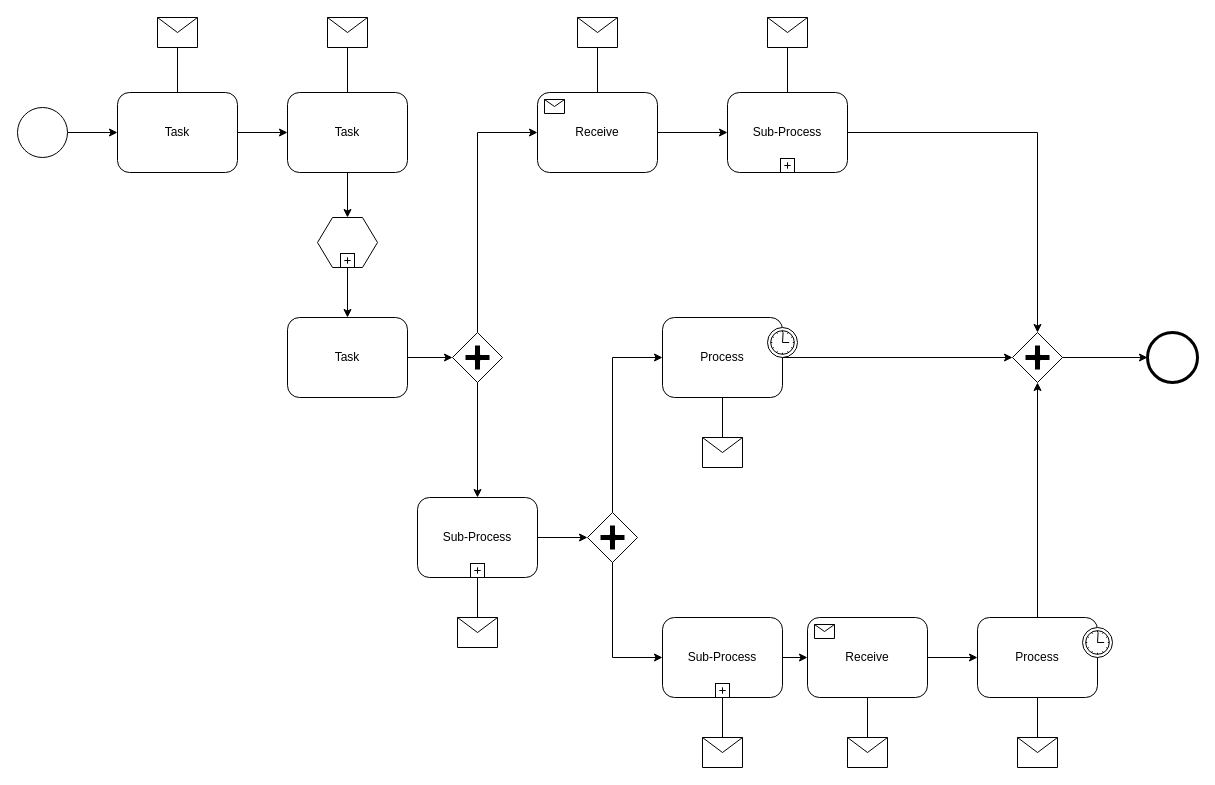
This is Untitled Diagram.drawio from Samattt/DataBase2021, a draw.io file, before an edit. Source tidied: cells renumbered, new cells numbered last; positions are measured from the earlier drawing's top-left corner, leaving out a move shared by most shapes. Both pictures are drawn from the tidied source at 100%, with x=0, y=0 at pixel (17, 17).
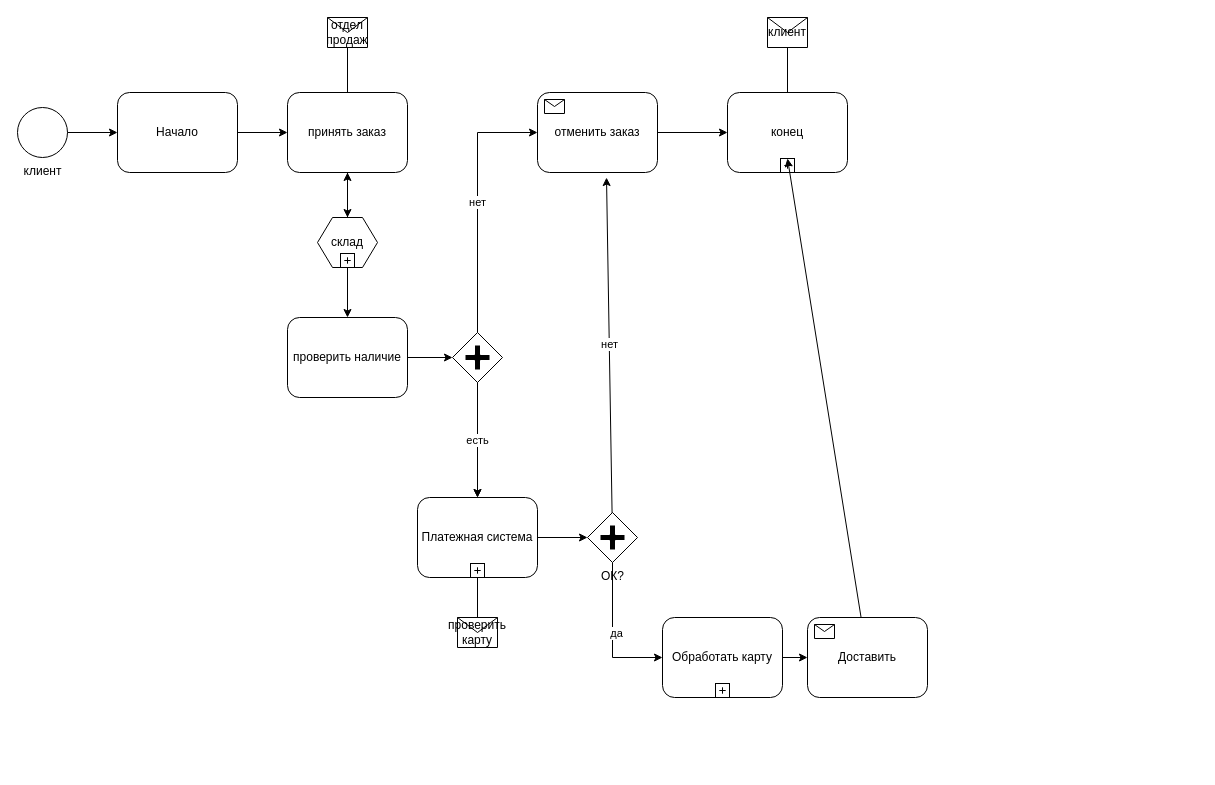
The same diagram, later.

Unchanged cells that the change refers to:
```xml
<mxCell id="10" style="shape=mxgraph.bpmn.shape;html=1;verticalLabelPosition=bottom;labelBackgroundColor=#ffffff;verticalAlign=top;perimeter=rhombusPerimeter;background=gateway;outline=none;symbol=parallelGw;" parent="1" vertex="1">
  <mxGeometry x="435" y="315" width="50" height="50" as="geometry" />
</mxCell>
<mxCell id="12" style="html=1;shape=plus;" parent="11" vertex="1">
  <mxGeometry x="0.5" y="1" width="14" height="14" relative="1" as="geometry">
    <mxPoint x="-7" y="-14" as="offset" />
  </mxGeometry>
</mxCell>
<mxCell id="52" style="edgeStyle=orthogonalEdgeStyle;rounded=0;html=1;jettySize=auto;" parent="1" edge="1" source="51" target="21">
  <mxGeometry relative="1" as="geometry">
    <Array as="points">
      <mxPoint x="595" y="640" />
    </Array>
  </mxGeometry>
</mxCell>
```

What changed in the source:
```diff
@@
-    <mxCell id="2" style="shape=mxgraph.bpmn.shape;html=1;verticalLabelPosition=bottom;labelBackgroundColor=#ffffff;verticalAlign=top;perimeter=ellipsePerimeter;outline=standard;symbol=general;" parent="1" vertex="1">
+    <mxCell id="2" value="клиент" style="shape=mxgraph.bpmn.shape;html=1;verticalLabelPosition=bottom;labelBackgroundColor=#ffffff;verticalAlign=top;perimeter=ellipsePerimeter;outline=standard;symbol=general;" parent="1" vertex="1">
       <mxGeometry y="90" width="50" height="50" as="geometry" />
     </mxCell>
-    <mxCell id="3" value="Task" style="shape=ext;rounded=1;html=1;whiteSpace=wrap;" parent="1" vertex="1">
+    <mxCell id="3" value="Начало" style="shape=ext;rounded=1;html=1;whiteSpace=wrap;" parent="1" vertex="1">
       <mxGeometry x="100" y="75" width="120" height="80" as="geometry" />
     </mxCell>
-    <mxCell id="4" value="Task" style="shape=ext;rounded=1;html=1;whiteSpace=wrap;" parent="1" vertex="1">
+    <mxCell id="4" value="принять заказ" style="shape=ext;rounded=1;html=1;whiteSpace=wrap;" parent="1" vertex="1">
       <mxGeometry x="270" y="75" width="120" height="80" as="geometry" />
     </mxCell>
-    <mxCell id="5" style="shape=message;whiteSpace=wrap;html=1;" parent="1" vertex="1">
-      <mxGeometry x="140" width="40" height="30" as="geometry" />
-    </mxCell>
-    <mxCell id="6" style="shape=message;whiteSpace=wrap;html=1;" parent="1" vertex="1">
+    <mxCell id="6" value="отдел продаж" style="shape=message;whiteSpace=wrap;html=1;" parent="1" vertex="1">
       <mxGeometry x="310" width="40" height="30" as="geometry" />
     </mxCell>
+    <mxCell id="61" style="edgeStyle=orthogonalEdgeStyle;rounded=0;jettySize=auto;html=1;" parent="1" edge="1" source="7" target="4">
+      <mxGeometry relative="1" as="geometry" />
+    </mxCell>
-    <mxCell id="7" style="shape=hexagon;whiteSpace=wrap;html=1;perimeter=hexagonPerimeter;" parent="1" vertex="1">
+    <mxCell id="7" value="склад" style="shape=hexagon;whiteSpace=wrap;html=1;perimeter=hexagonPerimeter;" parent="1" vertex="1">
       <mxGeometry x="300" y="200" width="60" height="50" as="geometry" />
     </mxCell>
@@
-    <mxCell id="9" value="Task" style="shape=ext;rounded=1;html=1;whiteSpace=wrap;" parent="1" vertex="1">
+    <mxCell id="9" value="проверить наличие" style="shape=ext;rounded=1;html=1;whiteSpace=wrap;" parent="1" vertex="1">
       <mxGeometry x="270" y="300" width="120" height="80" as="geometry" />
     </mxCell>
+    <mxCell id="62" style="edgeStyle=orthogonalEdgeStyle;rounded=0;jettySize=auto;html=1;" parent="1" edge="1" source="10" target="27">
+      <mxGeometry relative="1" as="geometry" />
+    </mxCell>
@@
-    <mxCell id="11" value="Sub-Process" style="html=1;whiteSpace=wrap;rounded=1;" parent="1" vertex="1">
+    <mxCell id="11" value="конец" style="html=1;whiteSpace=wrap;rounded=1;" parent="1" vertex="1">
       <mxGeometry x="710" y="75" width="120" height="80" as="geometry" />
     </mxCell>
@@
-    <mxCell id="13" value="Receive" style="html=1;whiteSpace=wrap;rounded=1;" parent="1" vertex="1">
+    <mxCell id="13" value="отменить заказ" style="html=1;whiteSpace=wrap;rounded=1;" parent="1" vertex="1">
       <mxGeometry x="520" y="75" width="120" height="80" as="geometry" />
     </mxCell>
@@
-    <mxCell id="15" value="Process" style="html=1;whiteSpace=wrap;rounded=1;" parent="1" vertex="1">
-      <mxGeometry x="645" y="300" width="120" height="80" as="geometry" />
-    </mxCell>
-    <mxCell id="16" style="shape=mxgraph.bpmn.timer_start;perimeter=ellipsePerimeter;html=1;labelPosition=right;labelBackgroundColor=#ffffff;align=left;" parent="15" vertex="1">
-      <mxGeometry x="1" width="30" height="30" relative="1" as="geometry">
-        <mxPoint x="-15" y="10" as="offset" />
-      </mxGeometry>
-    </mxCell>
-    <mxCell id="17" value="Process" style="html=1;whiteSpace=wrap;rounded=1;" parent="1" vertex="1">
-      <mxGeometry x="960" y="600" width="120" height="80" as="geometry" />
-    </mxCell>
-    <mxCell id="18" style="shape=mxgraph.bpmn.timer_start;perimeter=ellipsePerimeter;html=1;labelPosition=right;labelBackgroundColor=#ffffff;align=left;" parent="17" vertex="1">
-      <mxGeometry x="1" width="30" height="30" relative="1" as="geometry">
-        <mxPoint x="-15" y="10" as="offset" />
-      </mxGeometry>
-    </mxCell>
+    <mxCell id="63" style="edgeStyle=none;rounded=0;jettySize=auto;html=1;entryX=0.5;entryY=0;entryDx=0;entryDy=0;" parent="1" edge="1" source="19" target="12">
+      <mxGeometry relative="1" as="geometry" />
+    </mxCell>
-    <mxCell id="19" value="Receive" style="html=1;whiteSpace=wrap;rounded=1;" parent="1" vertex="1">
+    <mxCell id="19" value="Доставить" style="html=1;whiteSpace=wrap;rounded=1;" parent="1" vertex="1">
       <mxGeometry x="790" y="600" width="120" height="80" as="geometry" />
     </mxCell>
@@
-    <mxCell id="21" value="Sub-Process" style="html=1;whiteSpace=wrap;rounded=1;" parent="1" vertex="1">
+    <mxCell id="21" value="Обработать карту" style="html=1;whiteSpace=wrap;rounded=1;" parent="1" vertex="1">
       <mxGeometry x="645" y="600" width="120" height="80" as="geometry" />
     </mxCell>
@@
-    <mxCell id="23" style="shape=mxgraph.bpmn.shape;html=1;verticalLabelPosition=bottom;labelBackgroundColor=#ffffff;verticalAlign=top;perimeter=rhombusPerimeter;background=gateway;outline=none;symbol=parallelGw;" parent="1" vertex="1">
-      <mxGeometry x="995" y="315" width="50" height="50" as="geometry" />
-    </mxCell>
-    <mxCell id="24" style="shape=mxgraph.bpmn.shape;html=1;verticalLabelPosition=bottom;labelBackgroundColor=#ffffff;verticalAlign=top;perimeter=ellipsePerimeter;outline=end;symbol=general;" parent="1" vertex="1">
-      <mxGeometry x="1130" y="315" width="50" height="50" as="geometry" />
-    </mxCell>
-    <mxCell id="25" style="shape=message;whiteSpace=wrap;html=1;" parent="1" vertex="1">
-      <mxGeometry x="560" width="40" height="30" as="geometry" />
-    </mxCell>
-    <mxCell id="26" style="shape=message;whiteSpace=wrap;html=1;" parent="1" vertex="1">
+    <mxCell id="26" value="клиент" style="shape=message;whiteSpace=wrap;html=1;" parent="1" vertex="1">
       <mxGeometry x="750" width="40" height="30" as="geometry" />
     </mxCell>
-    <mxCell id="27" value="Sub-Process" style="html=1;whiteSpace=wrap;rounded=1;" parent="1" vertex="1">
+    <mxCell id="27" value="Платежная система" style="html=1;whiteSpace=wrap;rounded=1;" parent="1" vertex="1">
       <mxGeometry x="400" y="480" width="120" height="80" as="geometry" />
     </mxCell>
@@
-    <mxCell id="29" style="shape=message;whiteSpace=wrap;html=1;" parent="1" vertex="1">
+    <mxCell id="29" value="проверить карту" style="shape=message;whiteSpace=wrap;html=1;" parent="1" vertex="1">
       <mxGeometry x="440" y="600" width="40" height="30" as="geometry" />
     </mxCell>
-    <mxCell id="30" style="shape=message;whiteSpace=wrap;html=1;" parent="1" vertex="1">
-      <mxGeometry x="830" y="720" width="40" height="30" as="geometry" />
-    </mxCell>
-    <mxCell id="31" style="shape=message;whiteSpace=wrap;html=1;" parent="1" vertex="1">
-      <mxGeometry x="1000" y="720" width="40" height="30" as="geometry" />
-    </mxCell>
-    <mxCell id="32" style="shape=message;whiteSpace=wrap;html=1;" parent="1" vertex="1">
-      <mxGeometry x="685" y="720" width="40" height="30" as="geometry" />
-    </mxCell>
-    <mxCell id="33" style="shape=message;whiteSpace=wrap;html=1;" parent="1" vertex="1">
-      <mxGeometry x="685" y="420" width="40" height="30" as="geometry" />
-    </mxCell>
@@
-    <mxCell id="35" style="edgeStyle=orthogonalEdgeStyle;rounded=0;html=1;jettySize=auto;endArrow=none;endFill=0;" parent="1" edge="1" source="5" target="3">
-      <mxGeometry relative="1" as="geometry" />
-    </mxCell>
@@
-    <mxCell id="39" style="edgeStyle=orthogonalEdgeStyle;rounded=0;html=1;jettySize=auto;endArrow=none;endFill=0;" parent="1" edge="1" source="25" target="13">
-      <mxGeometry relative="1" as="geometry" />
-    </mxCell>
@@
-    <mxCell id="41" style="edgeStyle=orthogonalEdgeStyle;rounded=0;html=1;jettySize=auto;" parent="1" edge="1" source="11" target="23">
-      <mxGeometry relative="1" as="geometry">
-        <Array as="points">
-          <mxPoint x="1020" y="115" />
-        </Array>
-      </mxGeometry>
-    </mxCell>
-    <mxCell id="42" style="edgeStyle=orthogonalEdgeStyle;rounded=0;html=1;jettySize=auto;" parent="1" edge="1" source="15" target="23">
-      <mxGeometry relative="1" as="geometry" />
-    </mxCell>
-    <mxCell id="43" style="edgeStyle=orthogonalEdgeStyle;rounded=0;html=1;jettySize=auto;" parent="1" edge="1" source="17" target="23">
-      <mxGeometry relative="1" as="geometry" />
-    </mxCell>
-    <mxCell id="44" style="edgeStyle=orthogonalEdgeStyle;rounded=0;html=1;jettySize=auto;" parent="1" edge="1" source="23" target="24">
-      <mxGeometry relative="1" as="geometry" />
-    </mxCell>
@@
-    <mxCell id="48" style="edgeStyle=orthogonalEdgeStyle;rounded=0;html=1;jettySize=auto;" parent="1" edge="1" source="10" target="13">
+    <mxCell id="48" value="нет" style="edgeStyle=orthogonalEdgeStyle;rounded=0;html=1;jettySize=auto;" parent="1" edge="1" source="10" target="13">
       <mxGeometry relative="1" as="geometry">
         <Array as="points">
           <mxPoint x="460" y="115" />
         </Array>
       </mxGeometry>
     </mxCell>
-    <mxCell id="49" style="edgeStyle=orthogonalEdgeStyle;rounded=0;html=1;jettySize=auto;" parent="1" edge="1" source="10" target="27">
+    <mxCell id="49" value="есть" style="edgeStyle=orthogonalEdgeStyle;rounded=0;html=1;jettySize=auto;" parent="1" edge="1" source="10" target="27">
       <mxGeometry relative="1" as="geometry" />
     </mxCell>
@@
-    <mxCell id="51" style="shape=mxgraph.bpmn.shape;html=1;verticalLabelPosition=bottom;labelBackgroundColor=#ffffff;verticalAlign=top;perimeter=rhombusPerimeter;background=gateway;outline=none;symbol=parallelGw;" parent="1" vertex="1">
+    <mxCell id="51" value="ОК?" style="shape=mxgraph.bpmn.shape;html=1;verticalLabelPosition=bottom;labelBackgroundColor=#ffffff;verticalAlign=top;perimeter=rhombusPerimeter;background=gateway;outline=none;symbol=parallelGw;" parent="1" vertex="1">
       <mxGeometry x="570" y="495" width="50" height="50" as="geometry" />
     </mxCell>
@@
+    <mxCell id="64" value="да" style="edgeLabel;html=1;align=center;verticalAlign=middle;" parent="52" vertex="1">
+      <mxGeometry x="-0.03" y="3" relative="1" as="geometry" />
+    </mxCell>
-    <mxCell id="53" style="edgeStyle=orthogonalEdgeStyle;rounded=0;html=1;jettySize=auto;" parent="1" edge="1" source="51" target="15">
-      <mxGeometry relative="1" as="geometry">
-        <Array as="points">
-          <mxPoint x="595" y="340" />
-        </Array>
-      </mxGeometry>
+    <mxCell id="53" style="rounded=0;html=1;jettySize=auto;entryX=0.575;entryY=1.063;entryDx=0;entryDy=0;entryPerimeter=0;" parent="1" edge="1" source="51" target="13">
+      <mxGeometry relative="1" as="geometry" />
     </mxCell>
-    <mxCell id="54" style="edgeStyle=orthogonalEdgeStyle;rounded=0;html=1;jettySize=auto;endArrow=none;endFill=0;" parent="1" edge="1" source="33" target="15">
-      <mxGeometry relative="1" as="geometry" />
-    </mxCell>
+    <mxCell id="65" value="нет" style="edgeLabel;html=1;align=center;verticalAlign=middle;" parent="53" vertex="1">
+      <mxGeometry x="0.01" relative="1" as="geometry" />
+    </mxCell>
@@
-    <mxCell id="57" style="edgeStyle=orthogonalEdgeStyle;rounded=0;html=1;jettySize=auto;endArrow=none;endFill=0;" parent="1" edge="1" source="32" target="21">
-      <mxGeometry relative="1" as="geometry" />
-    </mxCell>
-    <mxCell id="58" style="edgeStyle=orthogonalEdgeStyle;rounded=0;html=1;jettySize=auto;endArrow=none;endFill=0;" parent="1" edge="1" source="30" target="19">
-      <mxGeometry relative="1" as="geometry" />
-    </mxCell>
-    <mxCell id="59" style="edgeStyle=orthogonalEdgeStyle;rounded=0;html=1;jettySize=auto;endArrow=none;endFill=0;" parent="1" edge="1" source="31" target="17">
-      <mxGeometry relative="1" as="geometry" />
-    </mxCell>
-    <mxCell id="60" style="edgeStyle=orthogonalEdgeStyle;rounded=0;html=1;jettySize=auto;" parent="1" edge="1" source="19" target="17">
-      <mxGeometry relative="1" as="geometry" />
-    </mxCell>
```
